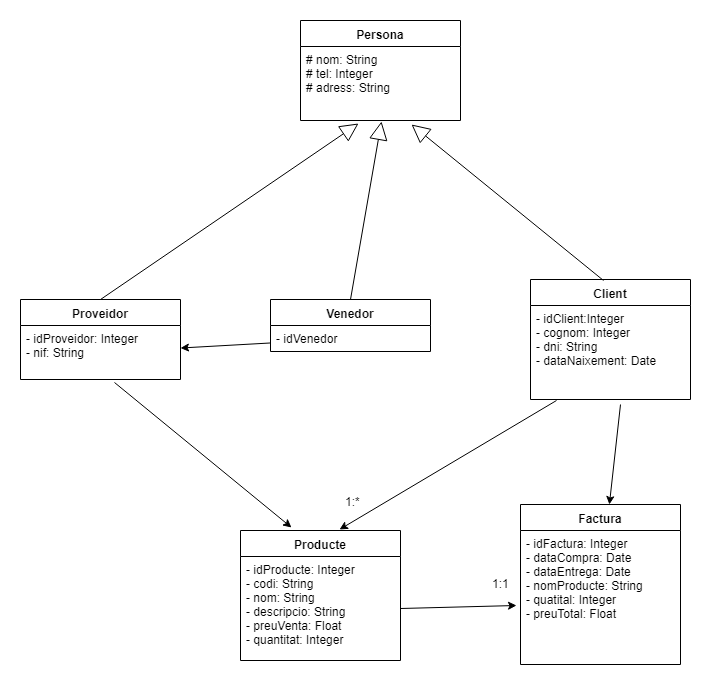
Before: botiga.png, a diagram exported from draw.io (etdisseny/modelsUML). Source tidied: cells renumbered, new cells last; positions are measured from the earlier drawing's top-left corner, leaving out a move shared by most shapes. The source it was exported from:
```xml
<mxGraphModel background="#ffffff">
  <root>
    <mxCell id="0" />
    <mxCell id="1" parent="0" />
    <mxCell id="2" value="Proveidor" style="swimlane;fontStyle=1;align=center;verticalAlign=top;horizontal=1;startSize=26;" parent="1" vertex="1">
      <mxGeometry y="279" width="160" height="80" as="geometry" />
    </mxCell>
    <mxCell id="3" value="- idProveidor: Integer&#10;- nif: String&#10;" style="text;strokeColor=none;fillColor=none;align=left;verticalAlign=top;spacingLeft=4;spacingRight=4;overflow=hidden;points=[[0,0.5],[1,0.5]];portConstraint=eastwest;" parent="2" vertex="1">
      <mxGeometry y="26" width="160" height="54" as="geometry" />
    </mxCell>
    <mxCell id="4" value="Venedor" style="swimlane;fontStyle=1;align=center;verticalAlign=top;horizontal=1;startSize=26;" parent="1" vertex="1">
      <mxGeometry x="250" y="279" width="160" height="52" as="geometry" />
    </mxCell>
    <mxCell id="5" value="- idVenedor" style="text;strokeColor=none;fillColor=none;align=left;verticalAlign=top;spacingLeft=4;spacingRight=4;overflow=hidden;points=[[0,0.5],[1,0.5]];portConstraint=eastwest;" parent="4" vertex="1">
      <mxGeometry y="26" width="160" height="26" as="geometry" />
    </mxCell>
    <mxCell id="6" value="Client" style="swimlane;fontStyle=1;align=center;verticalAlign=top;horizontal=1;startSize=26;" parent="1" vertex="1">
      <mxGeometry x="510" y="259" width="160" height="120" as="geometry" />
    </mxCell>
    <mxCell id="7" value="- idClient:Integer&#10;- cognom: Integer&#10;- dni: String&#10;- dataNaixement: Date&#10;" style="text;strokeColor=none;fillColor=none;align=left;verticalAlign=top;spacingLeft=4;spacingRight=4;overflow=hidden;points=[[0,0.5],[1,0.5]];portConstraint=eastwest;" parent="6" vertex="1">
      <mxGeometry y="26" width="160" height="94" as="geometry" />
    </mxCell>
    <mxCell id="8" value="Persona" style="swimlane;fontStyle=1;align=center;verticalAlign=top;horizontal=1;startSize=26;" parent="1" vertex="1">
      <mxGeometry x="280" width="160" height="100" as="geometry" />
    </mxCell>
    <mxCell id="9" value="# nom: String &#10;# tel: Integer&#10;# adress: String " style="text;strokeColor=none;fillColor=none;align=left;verticalAlign=top;spacingLeft=4;spacingRight=4;overflow=hidden;points=[[0,0.5],[1,0.5]];portConstraint=eastwest;" parent="8" vertex="1">
      <mxGeometry y="26" width="160" height="74" as="geometry" />
    </mxCell>
    <mxCell id="10" value="Producte" style="swimlane;fontStyle=1;align=center;verticalAlign=top;horizontal=1;startSize=26;" parent="1" vertex="1">
      <mxGeometry x="220" y="510" width="160" height="130" as="geometry" />
    </mxCell>
    <mxCell id="11" value="- idProducte: Integer&#10;- codi: String&#10;- nom: String&#10;- descripcio: String&#10;- preuVenta: Float&#10;- quantitat: Integer&#10;" style="text;strokeColor=none;fillColor=none;align=left;verticalAlign=top;spacingLeft=4;spacingRight=4;overflow=hidden;points=[[0,0.5],[1,0.5]];portConstraint=eastwest;" parent="10" vertex="1">
      <mxGeometry y="26" width="160" height="104" as="geometry" />
    </mxCell>
    <mxCell id="12" value="Factura" style="swimlane;fontStyle=1;align=center;verticalAlign=top;horizontal=1;startSize=26;" parent="1" vertex="1">
      <mxGeometry x="500" y="484" width="160" height="160" as="geometry" />
    </mxCell>
    <mxCell id="13" value="- idFactura: Integer&#10;- dataCompra: Date&#10;- dataEntrega: Date&#10;- nomProducte: String&#10;- quatital: Integer&#10;- preuTotal: Float&#10;" style="text;strokeColor=none;fillColor=none;align=left;verticalAlign=top;spacingLeft=4;spacingRight=4;overflow=hidden;points=[[0,0.5],[1,0.5]];portConstraint=eastwest;" parent="12" vertex="1">
      <mxGeometry y="26" width="160" height="134" as="geometry" />
    </mxCell>
    <mxCell id="14" style="endArrow=block;endSize=16;endFill=0;html=1;exitX=0.5;exitY=0;exitDx=0;exitDy=0;entryX=0.364;entryY=1.046;entryDx=0;entryDy=0;entryPerimeter=0;" parent="1" edge="1" source="2" target="9">
      <mxGeometry x="0.19" y="52" relative="1" as="geometry" />
    </mxCell>
    <mxCell id="15" style="endArrow=block;endSize=16;endFill=0;html=1;exitX=0.5;exitY=0;exitDx=0;exitDy=0;entryX=0.504;entryY=1.008;entryDx=0;entryDy=0;entryPerimeter=0;" parent="1" edge="1" source="4" target="9">
      <mxGeometry x="1" y="148" relative="1" as="geometry">
        <mxPoint x="183" y="68" as="offset" />
      </mxGeometry>
    </mxCell>
    <mxCell id="16" style="endArrow=block;endSize=16;endFill=0;html=1;exitX=0.456;exitY=0.007;exitDx=0;exitDy=0;exitPerimeter=0;entryX=0.691;entryY=1.051;entryDx=0;entryDy=0;entryPerimeter=0;" parent="1" edge="1" source="6" target="9">
      <mxGeometry x="-0.12" y="-68" relative="1" as="geometry" />
    </mxCell>
    <mxCell id="17" style="endArrow=classic;html=1;" parent="1" edge="1" source="5" target="3">
      <mxGeometry relative="1" as="geometry" />
    </mxCell>
    <mxCell id="18" style="endArrow=classic;html=1;exitX=0.586;exitY=1.059;exitDx=0;exitDy=0;exitPerimeter=0;entryX=0.316;entryY=-0.026;entryDx=0;entryDy=0;entryPerimeter=0;" parent="1" edge="1" source="3" target="10">
      <mxGeometry relative="1" as="geometry" />
    </mxCell>
    <mxCell id="19" style="endArrow=classic;html=1;entryX=0.616;entryY=-0.005;entryDx=0;entryDy=0;entryPerimeter=0;exitX=0.164;exitY=1.009;exitDx=0;exitDy=0;exitPerimeter=0;" parent="1" edge="1" source="7" target="10">
      <mxGeometry relative="1" as="geometry" />
    </mxCell>
    <mxCell id="20" style="endArrow=classic;html=1;exitX=0.563;exitY=1.053;exitDx=0;exitDy=0;exitPerimeter=0;" parent="1" edge="1" source="7" target="12">
      <mxGeometry relative="1" as="geometry" />
    </mxCell>
    <mxCell id="21" style="endArrow=classic;html=1;entryX=-0.024;entryY=0.557;entryDx=0;entryDy=0;entryPerimeter=0;exitX=1;exitY=0.5;exitDx=0;exitDy=0;" parent="1" edge="1" source="11" target="13">
      <mxGeometry relative="1" as="geometry" />
    </mxCell>
    <mxCell id="22" value="1:*" style="text;html=1;align=left;verticalAlign=top;spacingTop=-4;" parent="1" vertex="1">
      <mxGeometry x="323" y="472" width="30" height="20" as="geometry" />
    </mxCell>
    <mxCell id="23" value="1:1" style="text;html=1;align=left;verticalAlign=top;spacingTop=-4;" parent="1" vertex="1">
      <mxGeometry x="470" y="554" width="30" height="20" as="geometry" />
    </mxCell>
  </root>
</mxGraphModel>
```
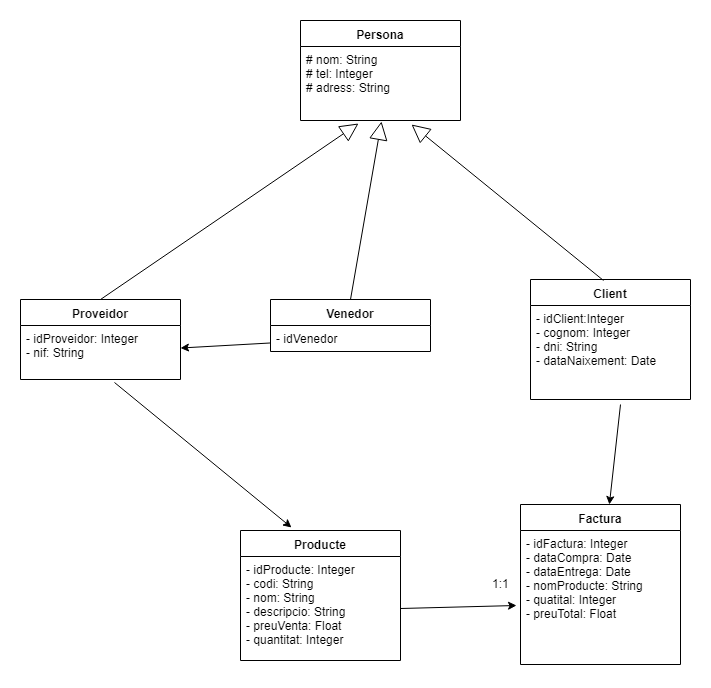
The same diagram one commit later.

Change to the diagram source:
```diff
@@ -55,18 +55,12 @@
     <mxCell id="18" style="endArrow=classic;html=1;exitX=0.586;exitY=1.059;exitDx=0;exitDy=0;exitPerimeter=0;entryX=0.316;entryY=-0.026;entryDx=0;entryDy=0;entryPerimeter=0;" parent="1" edge="1" source="3" target="10">
       <mxGeometry relative="1" as="geometry" />
     </mxCell>
-    <mxCell id="19" style="endArrow=classic;html=1;entryX=0.616;entryY=-0.005;entryDx=0;entryDy=0;entryPerimeter=0;exitX=0.164;exitY=1.009;exitDx=0;exitDy=0;exitPerimeter=0;" parent="1" edge="1" source="7" target="10">
-      <mxGeometry relative="1" as="geometry" />
-    </mxCell>
     <mxCell id="20" style="endArrow=classic;html=1;exitX=0.563;exitY=1.053;exitDx=0;exitDy=0;exitPerimeter=0;" parent="1" edge="1" source="7" target="12">
       <mxGeometry relative="1" as="geometry" />
     </mxCell>
     <mxCell id="21" style="endArrow=classic;html=1;entryX=-0.024;entryY=0.557;entryDx=0;entryDy=0;entryPerimeter=0;exitX=1;exitY=0.5;exitDx=0;exitDy=0;" parent="1" edge="1" source="11" target="13">
       <mxGeometry relative="1" as="geometry" />
     </mxCell>
-    <mxCell id="22" value="1:*" style="text;html=1;align=left;verticalAlign=top;spacingTop=-4;" parent="1" vertex="1">
-      <mxGeometry x="323" y="472" width="30" height="20" as="geometry" />
-    </mxCell>
     <mxCell id="23" value="1:1" style="text;html=1;align=left;verticalAlign=top;spacingTop=-4;" parent="1" vertex="1">
       <mxGeometry x="470" y="554" width="30" height="20" as="geometry" />
     </mxCell>
```
